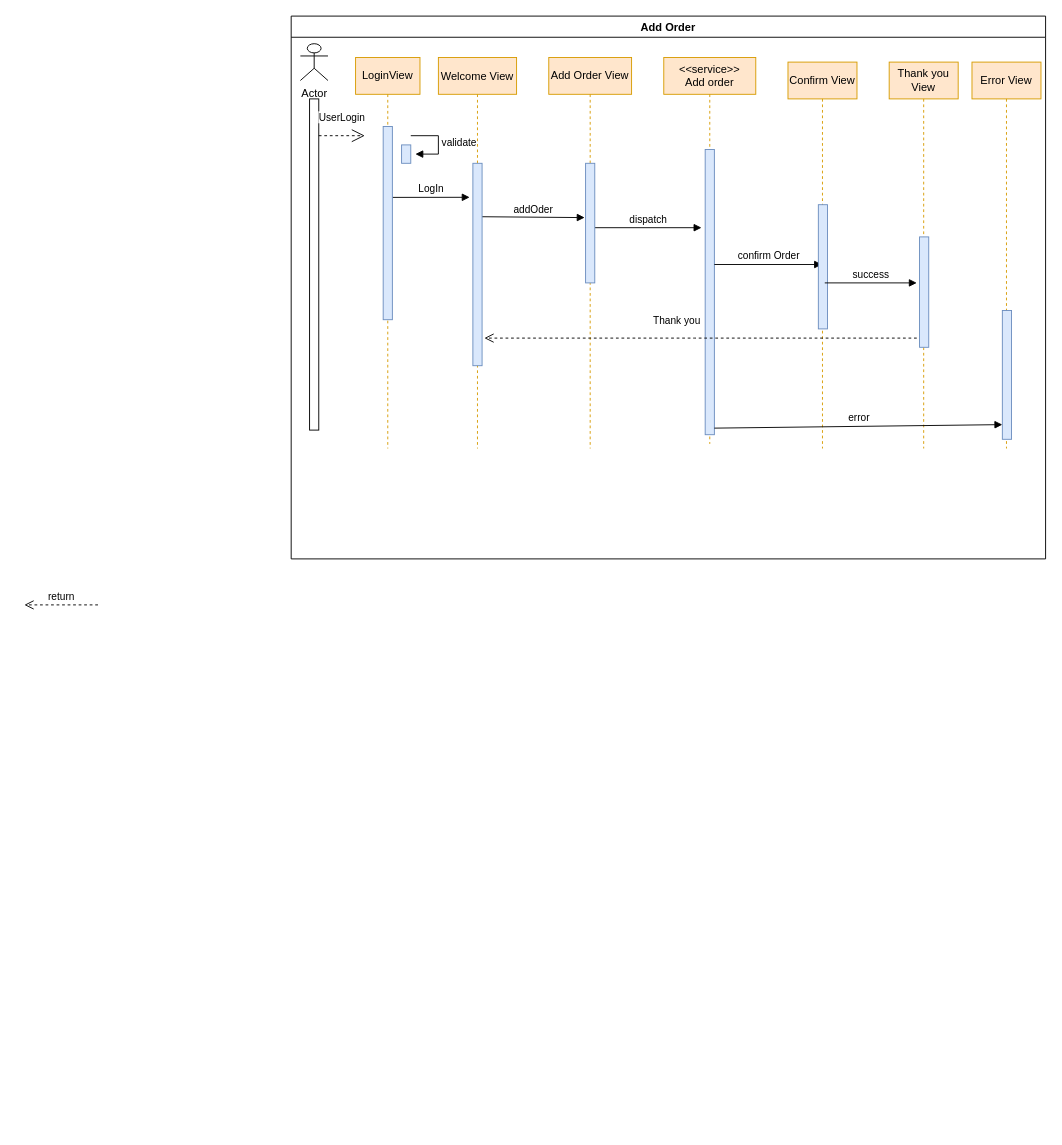
Above: Untitled Diagram.drawio in Que2701/LMS (draw.io), before the change. Source tidied: cells renumbered, new cells numbered last; positions are measured from the earlier drawing's top-left corner, leaving out a move shared by most shapes. Both pictures are drawn from the tidied source at 92%, with x=0, y=0 at pixel (24, 16).
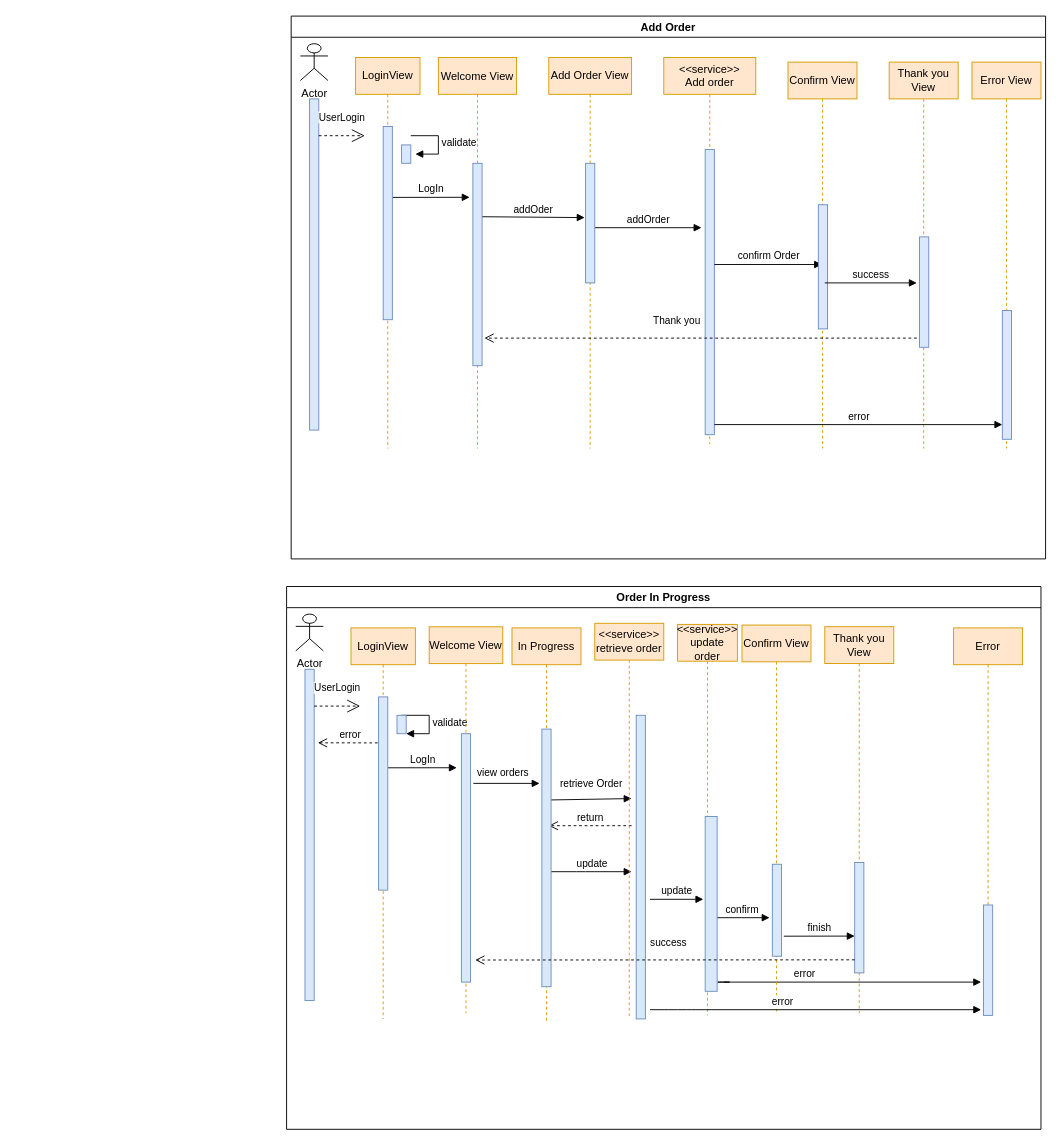
After the change.

Unchanged cells that the change refers to:
```xml
<mxCell id="2" value="Add Order" style="swimlane;" parent="1" vertex="1">
  <mxGeometry x="290" width="820" height="590" as="geometry" />
</mxCell>
<mxCell id="8" value="Add Order View" style="shape=umlLifeline;perimeter=lifelinePerimeter;whiteSpace=wrap;html=1;fillColor=#ffe6cc;strokeColor=#d79b00;" parent="2" vertex="1">
  <mxGeometry x="280" y="45" width="90" height="425" as="geometry" />
</mxCell>
<mxCell id="13" style="html=1;points=[];perimeter=orthogonalPerimeter;fillColor=#dae8fc;strokeColor=#6c8ebf;" parent="12" vertex="1">
  <mxGeometry x="45" y="100" width="10" height="310" as="geometry" />
</mxCell>
<mxCell id="26" style="html=1;points=[];perimeter=orthogonalPerimeter;fillColor=#dae8fc;strokeColor=#6c8ebf;" parent="25" vertex="1">
  <mxGeometry x="33" y="270" width="10" height="140" as="geometry" />
</mxCell>
```

Diff of the diagram source:
```diff
@@
-    <mxCell id="4" style="html=1;perimeter=orthogonalPerimeter;" parent="2" vertex="1">
+    <mxCell id="4" style="html=1;perimeter=orthogonalPerimeter;fillColor=#dae8fc;strokeColor=#6c8ebf;" parent="2" vertex="1">
       <mxGeometry x="20" y="90" width="10" height="360" as="geometry" />
     </mxCell>
@@
-    <mxCell id="9" value="dispatch" style="html=1;verticalAlign=bottom;endArrow=block;" parent="8" edge="1">
+    <mxCell id="9" value="addOrder" style="html=1;verticalAlign=bottom;endArrow=block;" parent="8" edge="1">
       <mxGeometry relative="1" as="geometry">
         <mxPoint x="50" y="185" as="sourcePoint" />
         <mxPoint x="166" y="185" as="targetPoint" />
       </mxGeometry>
     </mxCell>
@@
-    <mxCell id="27" value="error" style="html=1;verticalAlign=bottom;endArrow=block;exitX=1;exitY=0.977;exitDx=0;exitDy=0;exitPerimeter=0;entryX=0;entryY=0.886;entryDx=0;entryDy=0;entryPerimeter=0;" parent="2" edge="1" source="13" target="26">
-      <mxGeometry relative="1" as="geometry" />
+    <mxCell id="27" value="error" style="html=1;verticalAlign=bottom;endArrow=block;entryX=0;entryY=0.886;entryDx=0;entryDy=0;entryPerimeter=0;" parent="2" edge="1" target="26">
+      <mxGeometry relative="1" as="geometry">
+        <mxPoint x="460" y="444" as="sourcePoint" />
+      </mxGeometry>
     </mxCell>
@@
+    <mxCell id="30" value="validate" style="edgeStyle=orthogonalEdgeStyle;html=1;align=left;spacingLeft=2;endArrow=block;rounded=0;" parent="1" edge="1">
+      <mxGeometry relative="1" as="geometry">
+        <mxPoint x="410" y="760" as="sourcePoint" />
+        <mxPoint x="415" y="780" as="targetPoint" />
+        <Array as="points">
+          <mxPoint x="440" y="760" />
+          <mxPoint x="440" y="780" />
+        </Array>
+      </mxGeometry>
+    </mxCell>
+    <mxCell id="31" value="error" style="html=1;verticalAlign=bottom;endArrow=open;dashed=1;endSize=8;entryX=1.4;entryY=0.222;entryDx=0;entryDy=0;entryPerimeter=0;" parent="1" edge="1" target="35">
+      <mxGeometry relative="1" as="geometry">
+        <mxPoint x="390" y="790" as="sourcePoint" />
+      </mxGeometry>
+    </mxCell>
+    <mxCell id="32" value="error" style="html=1;verticalAlign=bottom;endArrow=block;" parent="1" edge="1">
+      <mxGeometry x="-0.2" relative="1" as="geometry">
+        <mxPoint x="760" y="1050" as="sourcePoint" />
+        <mxPoint x="1040" y="1050" as="targetPoint" />
+        <Array as="points">
+          <mxPoint x="770" y="1050" />
+          <mxPoint x="750" y="1050" />
+        </Array>
+      </mxGeometry>
+    </mxCell>
+    <mxCell id="33" value="Order In Progress" style="swimlane;" parent="1" vertex="1">
+      <mxGeometry x="285" y="620" width="820" height="590" as="geometry" />
+    </mxCell>
+    <mxCell id="34" value="Actor" style="shape=umlActor;verticalLabelPosition=bottom;verticalAlign=top;html=1;" parent="33" vertex="1">
+      <mxGeometry x="10" y="30" width="30" height="40" as="geometry" />
+    </mxCell>
+    <mxCell id="35" style="html=1;points=[];perimeter=orthogonalPerimeter;fillColor=#dae8fc;strokeColor=#6c8ebf;" parent="33" vertex="1">
+      <mxGeometry x="20" y="90" width="10" height="360" as="geometry" />
+    </mxCell>
+    <mxCell id="36" value="LoginView" style="shape=umlLifeline;perimeter=lifelinePerimeter;whiteSpace=wrap;html=1;fillColor=#ffe6cc;strokeColor=#d79b00;" parent="33" vertex="1">
+      <mxGeometry x="70" y="45" width="70" height="425" as="geometry" />
+    </mxCell>
+    <mxCell id="37" value="UserLogin" style="endArrow=open;endSize=12;dashed=1;html=1;" parent="33" edge="1">
+      <mxGeometry y="20" relative="1" as="geometry">
+        <mxPoint x="30" y="130" as="sourcePoint" />
+        <mxPoint x="80" y="130" as="targetPoint" />
+      </mxGeometry>
+    </mxCell>
+    <mxCell id="38" value="Welcome View" style="shape=umlLifeline;perimeter=lifelinePerimeter;rounded=0;shadow=0;strokeWidth=1;fillColor=#ffe6cc;strokeColor=#d79b00;" parent="33" vertex="1">
+      <mxGeometry x="155" y="43.8" width="80" height="420" as="geometry" />
+    </mxCell>
+    <mxCell id="39" value="In Progress" style="shape=umlLifeline;perimeter=lifelinePerimeter;whiteSpace=wrap;html=1;fillColor=#ffe6cc;strokeColor=#d79b00;" parent="33" vertex="1">
+      <mxGeometry x="245" y="45" width="75" height="427.5" as="geometry" />
+    </mxCell>
+    <mxCell id="40" value="retrieve Order" style="html=1;verticalAlign=bottom;endArrow=block;exitX=0.95;exitY=0.275;exitDx=0;exitDy=0;exitPerimeter=0;" parent="39" edge="1" source="53">
+      <mxGeometry y="8" relative="1" as="geometry">
+        <mxPoint x="130" y="185.5" as="targetPoint" />
+        <Array as="points">
+          <mxPoint x="130" y="185.5" />
+        </Array>
+      </mxGeometry>
+    </mxCell>
-    <mxCell id="29" value="return" style="html=1;verticalAlign=bottom;endArrow=open;dashed=1;endSize=8;" parent="1" edge="1">
+    <mxCell id="29" value="return" style="html=1;verticalAlign=bottom;endArrow=open;dashed=1;endSize=8;entryX=0.75;entryY=0.375;entryDx=0;entryDy=0;entryPerimeter=0;" parent="39" edge="1" target="53">
       <mxGeometry relative="1" as="geometry">
-        <mxPoint x="80" y="640" as="sourcePoint" />
-        <mxPoint y="640" as="targetPoint" />
+        <mxPoint x="130" y="215" as="sourcePoint" />
       </mxGeometry>
     </mxCell>
+    <mxCell id="41" value="update" style="html=1;verticalAlign=bottom;endArrow=block;" parent="39" edge="1" source="53">
+      <mxGeometry relative="1" as="geometry">
+        <mxPoint x="130" y="265" as="targetPoint" />
+        <Array as="points">
+          <mxPoint x="80" y="265" />
+        </Array>
+      </mxGeometry>
+    </mxCell>
+    <mxCell id="42" value="LogIn" style="html=1;verticalAlign=bottom;endArrow=block;exitX=1;exitY=0.367;exitDx=0;exitDy=0;exitPerimeter=0;" parent="33" edge="1" source="50">
+      <mxGeometry relative="1" as="geometry">
+        <mxPoint x="185" y="197" as="targetPoint" />
+      </mxGeometry>
+    </mxCell>
+    <mxCell id="43" value="view orders" style="html=1;verticalAlign=bottom;endArrow=block;" parent="33" edge="1">
+      <mxGeometry x="-0.11" y="3" relative="1" as="geometry">
+        <mxPoint x="203" y="214" as="sourcePoint" />
+        <mxPoint x="275" y="214" as="targetPoint" />
+      </mxGeometry>
+    </mxCell>
+    <mxCell id="44" value="&amp;lt;&amp;lt;service&amp;gt;&amp;gt;&lt;br&gt;retrieve order" style="shape=umlLifeline;perimeter=lifelinePerimeter;whiteSpace=wrap;html=1;fillColor=#ffe6cc;strokeColor=#d79b00;" parent="33" vertex="1">
+      <mxGeometry x="335" y="40" width="75" height="430" as="geometry" />
+    </mxCell>
+    <mxCell id="45" style="html=1;perimeter=orthogonalPerimeter;fillColor=#dae8fc;strokeColor=#6c8ebf;" parent="44" vertex="1">
+      <mxGeometry x="45" y="100" width="10" height="330" as="geometry" />
+    </mxCell>
+    <mxCell id="46" value="update" style="html=1;verticalAlign=bottom;endArrow=block;" parent="44" edge="1">
+      <mxGeometry relative="1" as="geometry">
+        <mxPoint x="60" y="300" as="sourcePoint" />
+        <mxPoint x="118" y="300" as="targetPoint" />
+      </mxGeometry>
+    </mxCell>
+    <mxCell id="47" value="&lt;span&gt;Confirm View&lt;/span&gt;" style="shape=umlLifeline;perimeter=lifelinePerimeter;whiteSpace=wrap;html=1;fillColor=#ffe6cc;strokeColor=#d79b00;" parent="33" vertex="1">
+      <mxGeometry x="495" y="41.9" width="75" height="420" as="geometry" />
+    </mxCell>
+    <mxCell id="48" style="html=1;perimeter=orthogonalPerimeter;fillColor=#dae8fc;strokeColor=#6c8ebf;" parent="47" vertex="1">
+      <mxGeometry x="33" y="260" width="10" height="100" as="geometry" />
+    </mxCell>
+    <mxCell id="49" value="Error" style="shape=umlLifeline;perimeter=lifelinePerimeter;whiteSpace=wrap;html=1;fillColor=#ffe6cc;strokeColor=#d79b00;" parent="33" vertex="1">
+      <mxGeometry x="725" y="45" width="75" height="420" as="geometry" />
+    </mxCell>
+    <mxCell id="50" style="html=1;points=[];perimeter=orthogonalPerimeter;fillColor=#dae8fc;strokeColor=#6c8ebf;" parent="33" vertex="1">
+      <mxGeometry x="100" y="120" width="10" height="210" as="geometry" />
+    </mxCell>
+    <mxCell id="51" style="html=1;perimeter=orthogonalPerimeter;fillColor=#dae8fc;strokeColor=#6c8ebf;" parent="33" vertex="1">
+      <mxGeometry x="120" y="140" width="10" height="20" as="geometry" />
+    </mxCell>
+    <mxCell id="52" style="perimeter=orthogonalPerimeter;rounded=0;shadow=0;strokeWidth=1;fillColor=#dae8fc;strokeColor=#6c8ebf;" parent="33" vertex="1">
+      <mxGeometry x="190" y="160" width="10" height="270" as="geometry" />
+    </mxCell>
+    <mxCell id="53" style="html=1;points=[];perimeter=orthogonalPerimeter;fillColor=#dae8fc;strokeColor=#6c8ebf;" parent="33" vertex="1">
+      <mxGeometry x="277.5" y="155" width="10" height="280" as="geometry" />
+    </mxCell>
+    <mxCell id="54" value="&amp;lt;&amp;lt;service&amp;gt;&amp;gt;&lt;br&gt;update order" style="shape=umlLifeline;perimeter=lifelinePerimeter;whiteSpace=wrap;html=1;fillColor=#ffe6cc;strokeColor=#d79b00;" parent="33" vertex="1">
+      <mxGeometry x="425" y="41.2" width="65" height="425" as="geometry" />
+    </mxCell>
+    <mxCell id="55" value="confirm" style="html=1;verticalAlign=bottom;endArrow=block;" parent="54" edge="1">
+      <mxGeometry relative="1" as="geometry">
+        <mxPoint x="40" y="318.8" as="sourcePoint" />
+        <mxPoint x="100" y="318.8" as="targetPoint" />
+      </mxGeometry>
+    </mxCell>
+    <mxCell id="56" value="error" style="html=1;verticalAlign=bottom;endArrow=block;" parent="33" edge="1">
+      <mxGeometry x="-0.2" relative="1" as="geometry">
+        <mxPoint x="395" y="460" as="sourcePoint" />
+        <mxPoint x="755" y="460" as="targetPoint" />
+        <Array as="points">
+          <mxPoint x="425" y="460" />
+          <mxPoint x="445" y="460" />
+        </Array>
+      </mxGeometry>
+    </mxCell>
+    <mxCell id="57" value="&lt;span&gt;Thank you View&lt;/span&gt;" style="shape=umlLifeline;perimeter=lifelinePerimeter;whiteSpace=wrap;html=1;fillColor=#ffe6cc;strokeColor=#d79b00;" parent="33" vertex="1">
+      <mxGeometry x="585" y="43.7" width="75" height="420" as="geometry" />
+    </mxCell>
+    <mxCell id="58" style="html=1;perimeter=orthogonalPerimeter;fillColor=#dae8fc;strokeColor=#6c8ebf;" parent="33" vertex="1">
+      <mxGeometry x="617.5" y="300" width="10" height="120" as="geometry" />
+    </mxCell>
+    <mxCell id="59" style="html=1;perimeter=orthogonalPerimeter;fillColor=#dae8fc;strokeColor=#6c8ebf;" parent="33" vertex="1">
+      <mxGeometry x="757.5" y="346.2" width="10" height="120" as="geometry" />
+    </mxCell>
+    <mxCell id="60" style="html=1;perimeter=orthogonalPerimeter;fillColor=#dae8fc;strokeColor=#6c8ebf;" parent="33" vertex="1">
+      <mxGeometry x="455" y="250" width="13" height="190" as="geometry" />
+    </mxCell>
+    <mxCell id="61" value="finish" style="html=1;verticalAlign=bottom;endArrow=block;" parent="33" edge="1">
+      <mxGeometry relative="1" as="geometry">
+        <mxPoint x="540.5" y="380.1" as="sourcePoint" />
+        <mxPoint x="617.5" y="380" as="targetPoint" />
+      </mxGeometry>
+    </mxCell>
+    <mxCell id="62" value="success" style="html=1;verticalAlign=bottom;endArrow=open;dashed=1;endSize=8;" parent="33" edge="1">
+      <mxGeometry x="-0.02" y="-10" relative="1" as="geometry">
+        <mxPoint x="617.5" y="405.8" as="sourcePoint" />
+        <mxPoint x="205" y="406" as="targetPoint" />
+      </mxGeometry>
+    </mxCell>
```
